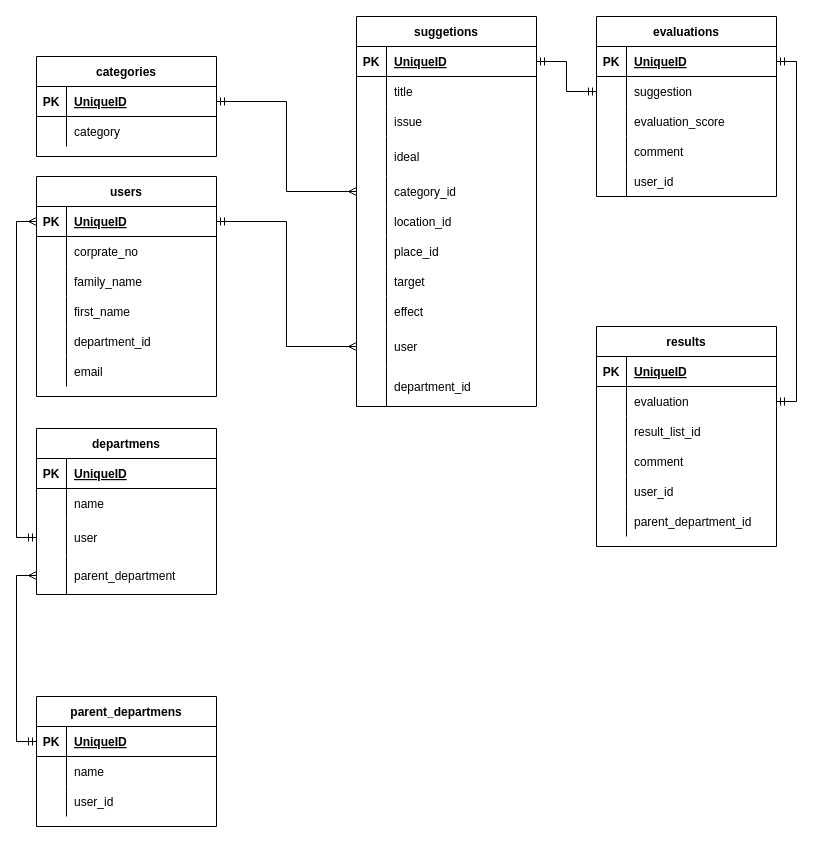
Earlier version of the draw.io diagram db/suggestion_box_ER.dio (f-mio/suggestion_box). Source tidied: cells renumbered, new cells numbered last; positions are measured from the earlier drawing's top-left corner, leaving out a move shared by most shapes. Both pictures are drawn from the tidied source at 100%, with x=0, y=0 at pixel (36, 16).
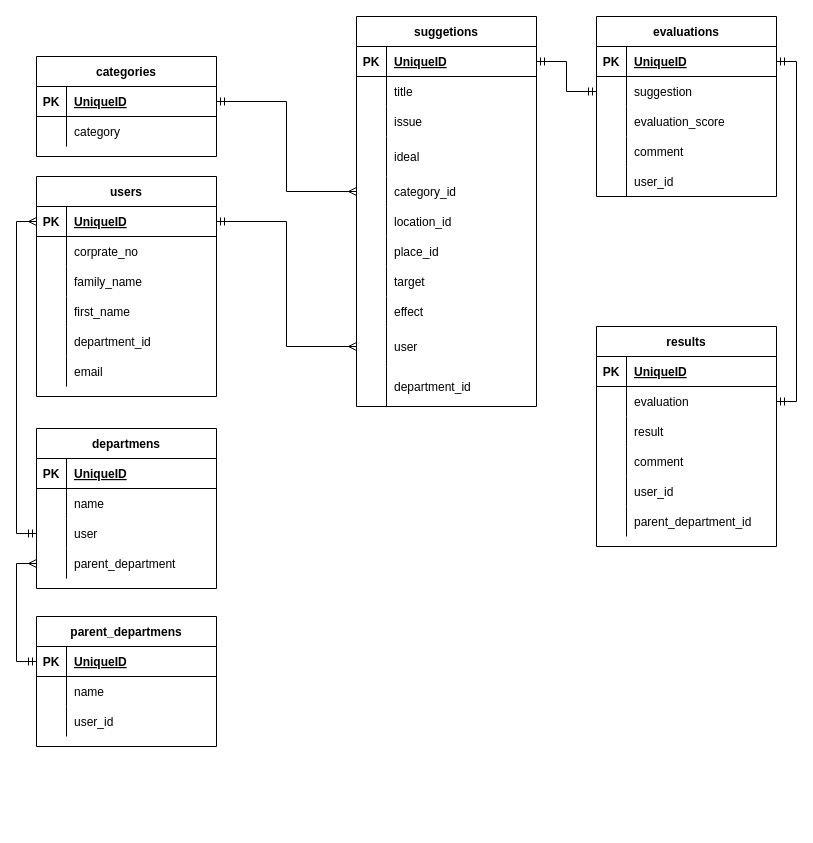
Above is the later version.

The change refers to these unchanged cells:
```xml
<mxCell id="56" style="shape=partialRectangle;fillColor=none;top=0;left=0;bottom=1;right=0;points=[[0,0.5],[1,0.5]];portConstraint=eastwest;" parent="55" vertex="1">
  <mxGeometry y="30" width="180" height="30" as="geometry" />
</mxCell>
<mxCell id="88" style="shape=partialRectangle;fillColor=none;top=0;left=0;bottom=0;right=0;" parent="81" vertex="1">
  <mxGeometry y="90" width="180" height="30" as="geometry" />
</mxCell>
```

Change to the diagram source:
```diff
@@
     <mxCell id="55" value="parent_departmens" style="shape=table;startSize=30;childLayout=tableLayout;rowLines=0;fontStyle=1;align=center;" parent="1" vertex="1">
-      <mxGeometry y="680" width="180" height="130" as="geometry" />
+      <mxGeometry y="600" width="180" height="130" as="geometry" />
     </mxCell>
@@
-    <mxCell id="90" value="result_list_id" style="shape=partialRectangle;fillColor=none;top=0;left=0;bottom=0;right=0;align=left;spacingLeft=6;overflow=hidden;" parent="88" vertex="1">
+    <mxCell id="90" value="result" style="shape=partialRectangle;fillColor=none;top=0;left=0;bottom=0;right=0;align=left;spacingLeft=6;overflow=hidden;" parent="88" vertex="1">
       <mxGeometry x="30" width="150" height="30" as="geometry" />
     </mxCell>
@@
     <mxCell id="111" value="departmens" style="shape=table;startSize=30;childLayout=tableLayout;rowLines=0;fontStyle=1;align=center;" parent="1" vertex="1">
-      <mxGeometry y="412" width="180" height="166" as="geometry" />
+      <mxGeometry y="412" width="180" height="160" as="geometry" />
     </mxCell>
@@
     <mxCell id="118" style="shape=partialRectangle;fillColor=none;top=0;left=0;bottom=0;right=0;points=[[0,0.5],[1,0.5]];portConstraint=eastwest;" parent="111" vertex="1">
-      <mxGeometry y="90" width="180" height="38" as="geometry" />
+      <mxGeometry y="90" width="180" height="30" as="geometry" />
     </mxCell>
     <mxCell id="119" style="shape=partialRectangle;fillColor=none;top=0;left=0;bottom=0;right=0;overflow=hidden;" parent="118" vertex="1">
-      <mxGeometry width="30" height="38" as="geometry" />
+      <mxGeometry width="30" height="30" as="geometry" />
     </mxCell>
     <mxCell id="120" value="user" style="shape=partialRectangle;fillColor=none;top=0;left=0;bottom=0;right=0;align=left;spacingLeft=6;overflow=hidden;" parent="118" vertex="1">
-      <mxGeometry x="30" width="150" height="38" as="geometry" />
+      <mxGeometry x="30" width="150" height="30" as="geometry" />
     </mxCell>
-    <mxCell id="121" style="shape=partialRectangle;fillColor=none;top=0;left=0;bottom=0;right=0;points=[[0,0.5],[1,0.5]];portConstraint=eastwest;" parent="111" vertex="1">
-      <mxGeometry y="128" width="180" height="38" as="geometry" />
-    </mxCell>
-    <mxCell id="122" style="shape=partialRectangle;fillColor=none;top=0;left=0;bottom=0;right=0;overflow=hidden;" parent="121" vertex="1">
-      <mxGeometry width="30" height="38" as="geometry" />
-    </mxCell>
+    <mxCell id="126" style="shape=partialRectangle;fillColor=none;top=0;left=0;bottom=0;right=0;points=[[0,0.5],[1,0.5]];portConstraint=eastwest;" parent="111" vertex="1">
+      <mxGeometry y="120" width="180" height="30" as="geometry" />
+    </mxCell>
+    <mxCell id="127" style="shape=partialRectangle;fillColor=none;top=0;left=0;bottom=0;right=0;overflow=hidden;" parent="126" vertex="1">
+      <mxGeometry width="30" height="30" as="geometry" />
+    </mxCell>
-    <mxCell id="123" value="parent_department" style="shape=partialRectangle;fillColor=none;top=0;left=0;bottom=0;right=0;align=left;spacingLeft=6;overflow=hidden;" parent="121" vertex="1">
-      <mxGeometry x="30" width="150" height="38" as="geometry" />
+    <mxCell id="123" value="parent_department" style="shape=partialRectangle;fillColor=none;top=0;left=0;bottom=0;right=0;align=left;spacingLeft=6;overflow=hidden;" parent="126" vertex="1">
+      <mxGeometry x="30" width="150" height="30" as="geometry" />
     </mxCell>
-    <mxCell id="124" style="edgeStyle=orthogonalEdgeStyle;rounded=0;jettySize=auto;html=1;entryX=0;entryY=0.5;entryDx=0;entryDy=0;endArrow=ERmany;endFill=0;startArrow=ERmandOne;startFill=0;exitX=0;exitY=0.5;exitDx=0;exitDy=0;" parent="1" edge="1" source="56" target="121">
+    <mxCell id="124" style="edgeStyle=orthogonalEdgeStyle;rounded=0;jettySize=auto;html=1;entryX=0;entryY=0.5;entryDx=0;entryDy=0;endArrow=ERmany;endFill=0;startArrow=ERmandOne;startFill=0;exitX=0;exitY=0.5;exitDx=0;exitDy=0;" parent="1" edge="1" source="56" target="126">
       <mxGeometry relative="1" as="geometry" />
     </mxCell>
```
